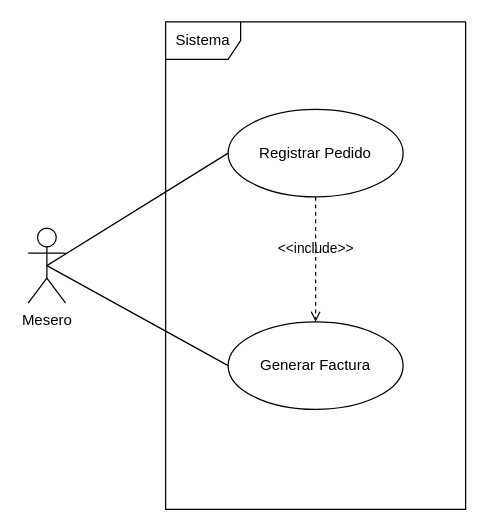
This is Documentacion/Diagramas/UML/Diagrama Casos de Uso/Diagrama Casos de Uso.drawio from JhonFredyA/Aplicacion_Restaurante, a draw.io file, before an edit. Source tidied: cells renumbered, new cells numbered last; positions are measured from the earlier drawing's top-left corner, leaving out a move shared by most shapes. Both pictures are drawn from the tidied source at 125%, with x=0, y=0 at pixel (28, 21).
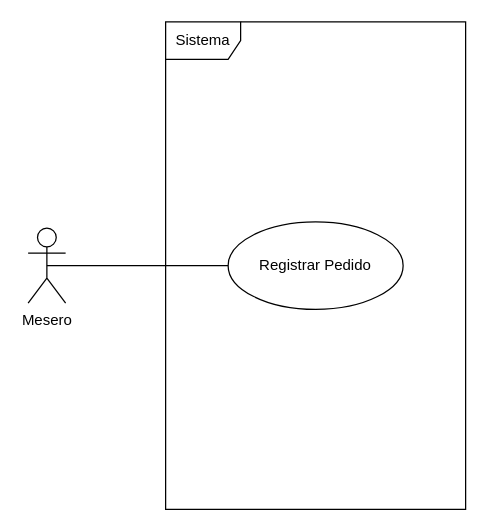
The same page after the edit.

Commit message:
correción de diagrama de casos de uso

Diff of the diagram source:
```diff
@@
 <mxGraphModel>
   <root>
     <mxCell id="0" />
     <mxCell id="1" parent="0" />
     <mxCell id="2" value="Sistema" style="shape=umlFrame;whiteSpace=wrap;html=1;" parent="1" vertex="1">
       <mxGeometry x="110" width="240" height="390" as="geometry" />
     </mxCell>
     <mxCell id="3" value="Registrar Pedido" style="ellipse;whiteSpace=wrap;html=1;" parent="1" vertex="1">
-      <mxGeometry x="160" y="70" width="140" height="70" as="geometry" />
+      <mxGeometry x="160" y="160" width="140" height="70" as="geometry" />
     </mxCell>
-    <mxCell id="4" value="Generar Factura" style="ellipse;whiteSpace=wrap;html=1;" parent="1" vertex="1">
-      <mxGeometry x="160" y="240" width="140" height="70" as="geometry" />
-    </mxCell>
     <mxCell id="5" value="Mesero" style="shape=umlActor;verticalLabelPosition=bottom;verticalAlign=top;html=1;" parent="1" vertex="1">
       <mxGeometry y="165" width="30" height="60" as="geometry" />
     </mxCell>
-    <mxCell id="6" value="&amp;lt;&amp;lt;include&amp;gt;&amp;gt;" style="html=1;verticalAlign=bottom;labelBackgroundColor=none;endArrow=open;endFill=0;dashed=1;rounded=0;exitX=0.5;exitY=1;exitDx=0;exitDy=0;entryX=0.5;entryY=0;entryDx=0;entryDy=0;" parent="1" edge="1" source="3" target="4">
-      <mxGeometry relative="1" as="geometry" />
-    </mxCell>
     <mxCell id="7" style="endArrow=none;html=1;rounded=0;exitX=0.5;exitY=0.5;exitDx=0;exitDy=0;exitPerimeter=0;entryX=0;entryY=0.5;entryDx=0;entryDy=0;" parent="1" edge="1" source="5" target="3">
       <mxGeometry relative="1" as="geometry" />
     </mxCell>
-    <mxCell id="8" style="endArrow=none;html=1;rounded=0;exitX=0.5;exitY=0.5;exitDx=0;exitDy=0;exitPerimeter=0;entryX=0;entryY=0.5;entryDx=0;entryDy=0;" parent="1" edge="1" source="5" target="4">
-      <mxGeometry relative="1" as="geometry" />
-    </mxCell>
   </root>
 </mxGraphModel>
```
